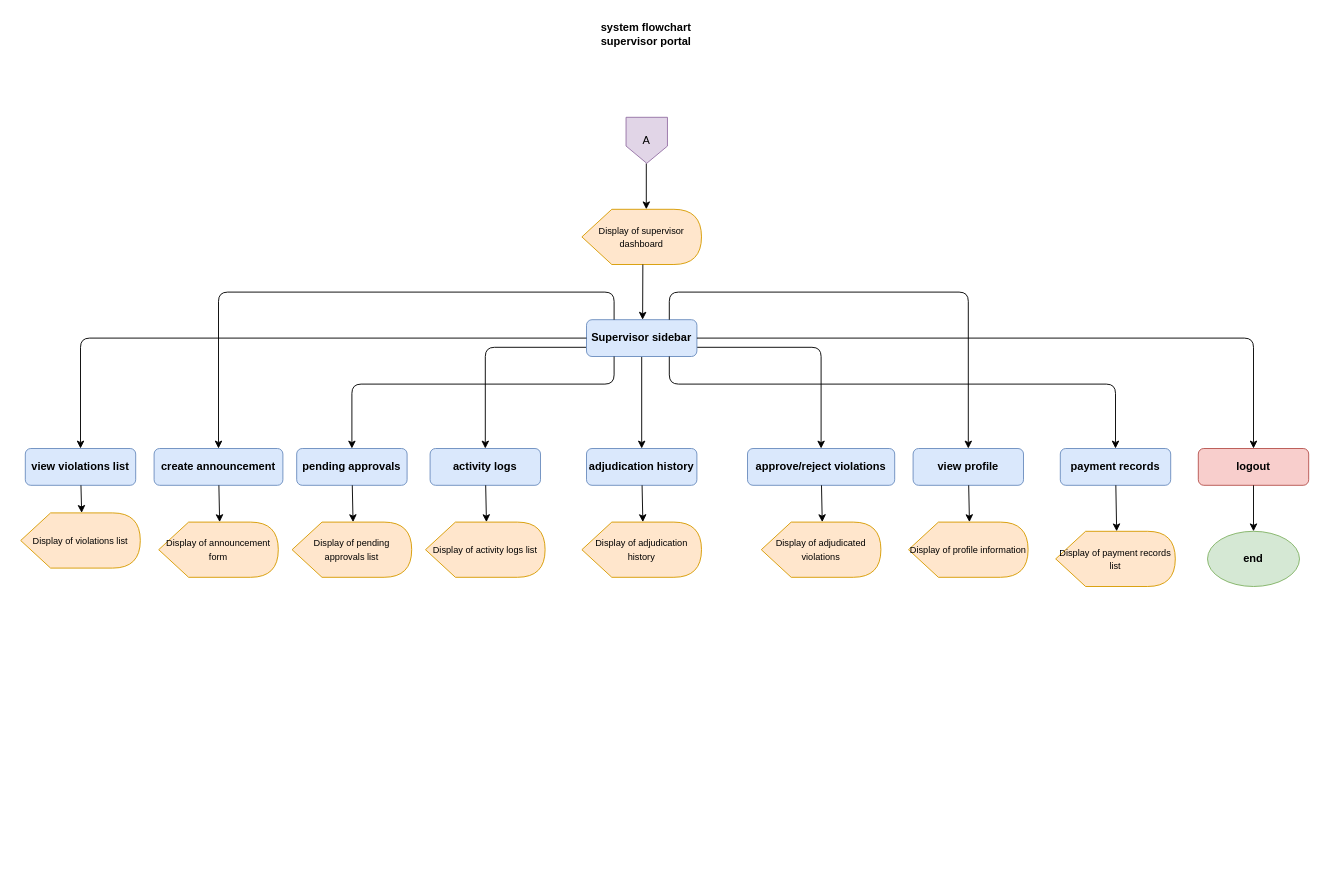
The draw.io diagram page "Supervisor Portal Flow" (1 of 2) of supervisor_portal_flowchart.drawio in PotatoLover169/CTTMO-Traffic-violation-Management-System, before the edit. Source tidied: cells renumbered, new cells numbered last; positions are measured from the earlier drawing's top-left corner, leaving out a move shared by most shapes. Both pictures are drawn from the tidied source at 92%, with x=0, y=0 at pixel (20, 16).
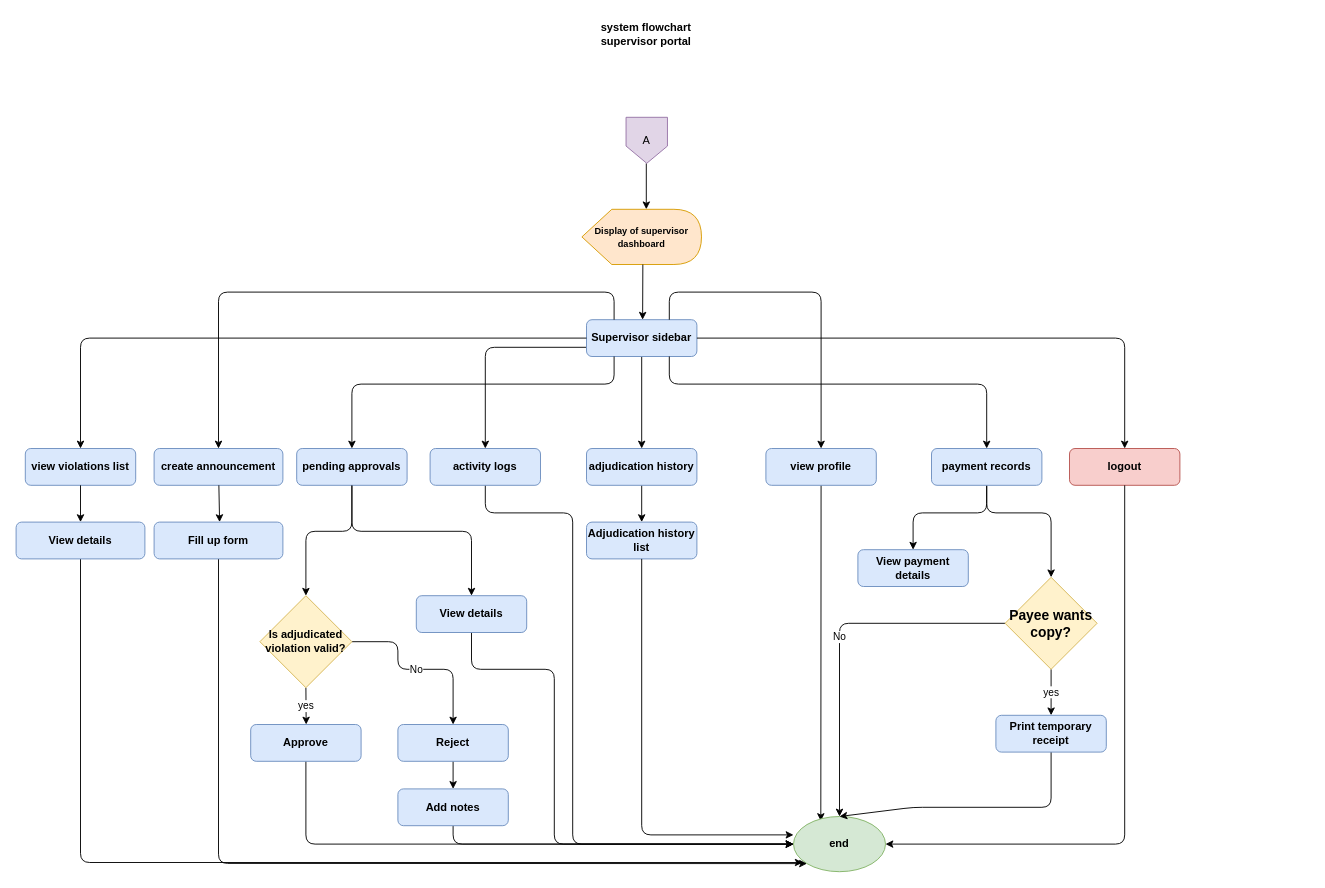
After the change.

The change refers to these unchanged cells:
```xml
<mxCell id="9" value="Supervisor sidebar" style="rounded=1;whiteSpace=wrap;html=1;fillColor=#dae8fc;strokeColor=#6c8ebf;fontStyle=1;" parent="1" vertex="1">
  <mxGeometry x="615" y="330" width="120" height="40" as="geometry" />
</mxCell>
<mxCell id="11" value="pending approvals" style="rounded=1;whiteSpace=wrap;html=1;fillColor=#dae8fc;strokeColor=#6c8ebf;fontStyle=1;" parent="1" vertex="1">
  <mxGeometry x="300" y="470" width="120" height="40" as="geometry" />
</mxCell>
<mxCell id="16" value="view violations list" style="rounded=1;whiteSpace=wrap;html=1;fillColor=#dae8fc;strokeColor=#6c8ebf;fontStyle=1;" parent="1" vertex="1">
  <mxGeometry x="5" y="470" width="120" height="40" as="geometry" />
</mxCell>
<mxCell id="18" value="create announcement" style="rounded=1;whiteSpace=wrap;html=1;fillColor=#dae8fc;strokeColor=#6c8ebf;fontStyle=1;" parent="1" vertex="1">
  <mxGeometry x="145" y="470" width="140" height="40" as="geometry" />
</mxCell>
<mxCell id="20" value="activity logs" style="rounded=1;whiteSpace=wrap;html=1;fillColor=#dae8fc;strokeColor=#6c8ebf;fontStyle=1;" parent="1" vertex="1">
  <mxGeometry x="445" y="470" width="120" height="40" as="geometry" />
</mxCell>
<mxCell id="23" value="adjudication history" style="rounded=1;whiteSpace=wrap;html=1;fillColor=#dae8fc;strokeColor=#6c8ebf;fontStyle=1;" parent="1" vertex="1">
  <mxGeometry x="615" y="470" width="120" height="40" as="geometry" />
</mxCell>
```

What changed in the source:
```diff
@@
-    <mxCell id="4" value="&lt;span style=&quot;font-size: 10px;&quot;&gt;Display of supervisor dashboard&lt;/span&gt;" style="shape=display;whiteSpace=wrap;html=1;fillColor=#ffe6cc;strokeColor=#d79b00;" parent="1" vertex="1">
+    <mxCell id="4" value="&lt;span style=&quot;font-size: 10px;&quot;&gt;&lt;b&gt;Display of supervisor dashboard&lt;/b&gt;&lt;/span&gt;" style="shape=display;whiteSpace=wrap;html=1;fillColor=#ffe6cc;strokeColor=#d79b00;" parent="1" vertex="1">
       <mxGeometry x="610" y="210" width="130" height="60" as="geometry" />
     </mxCell>
@@
-    <mxCell id="6" style="edgeStyle=none;html=1;exitX=1;exitY=0.75;exitDx=0;exitDy=0;entryX=0.5;entryY=0;entryDx=0;entryDy=0;" parent="1" edge="1" source="9" target="13">
-      <mxGeometry relative="1" as="geometry">
-        <Array as="points">
-          <mxPoint x="870" y="360" />
-        </Array>
-      </mxGeometry>
-    </mxCell>
@@
     <mxCell id="10" style="edgeStyle=none;html=1;entryX=0.5;entryY=0;entryDx=0;entryDy=0;" parent="1" edge="1" source="9" target="24">
       <mxGeometry relative="1" as="geometry">
         <Array as="points">
-          <mxPoint x="1340" y="350" />
+          <mxPoint x="1200" y="350" />
         </Array>
       </mxGeometry>
     </mxCell>
+    <mxCell id="44" style="edgeStyle=none;html=1;" parent="1" edge="1" source="11">
+      <mxGeometry relative="1" as="geometry">
+        <mxPoint x="310" y="630" as="targetPoint" />
+        <Array as="points">
+          <mxPoint x="360" y="560" />
+          <mxPoint x="310" y="560" />
+        </Array>
+      </mxGeometry>
+    </mxCell>
@@
-    <mxCell id="13" value="approve/reject violations" style="rounded=1;whiteSpace=wrap;html=1;fillColor=#dae8fc;strokeColor=#6c8ebf;fontStyle=1;" parent="1" vertex="1">
-      <mxGeometry x="790" y="470" width="160" height="40" as="geometry" />
-    </mxCell>
+    <mxCell id="45" style="edgeStyle=none;html=1;" parent="1" edge="1" source="14">
+      <mxGeometry relative="1" as="geometry">
+        <mxPoint x="970" y="580" as="targetPoint" />
+        <Array as="points">
+          <mxPoint x="1050" y="540" />
+          <mxPoint x="970" y="540" />
+        </Array>
+      </mxGeometry>
+    </mxCell>
+    <mxCell id="46" style="edgeStyle=none;html=1;entryX=0.5;entryY=0;entryDx=0;entryDy=0;" parent="1" edge="1" source="14" target="54">
+      <mxGeometry relative="1" as="geometry">
+        <Array as="points">
+          <mxPoint x="1050" y="540" />
+          <mxPoint x="1120" y="540" />
+        </Array>
+      </mxGeometry>
+    </mxCell>
     <mxCell id="14" value="payment records" style="rounded=1;whiteSpace=wrap;html=1;fillColor=#dae8fc;strokeColor=#6c8ebf;fontStyle=1;" parent="1" vertex="1">
-      <mxGeometry x="1130" y="470" width="120" height="40" as="geometry" />
+      <mxGeometry x="990" y="470" width="120" height="40" as="geometry" />
     </mxCell>
     <mxCell id="15" style="edgeStyle=none;html=1;entryX=0.5;entryY=0;entryDx=0;entryDy=0;exitX=0.75;exitY=1;exitDx=0;exitDy=0;" parent="1" edge="1" source="9" target="14">
       <mxGeometry relative="1" as="geometry">
         <Array as="points">
           <mxPoint x="705" y="400" />
-          <mxPoint x="1190" y="400" />
+          <mxPoint x="1050" y="400" />
         </Array>
       </mxGeometry>
     </mxCell>
@@
+    <mxCell id="47" style="edgeStyle=none;html=1;entryX=0;entryY=0.5;entryDx=0;entryDy=0;" parent="1" edge="1" source="20" target="25">
+      <mxGeometry relative="1" as="geometry">
+        <Array as="points">
+          <mxPoint x="505" y="540" />
+          <mxPoint x="600" y="540" />
+          <mxPoint x="600" y="900" />
+        </Array>
+      </mxGeometry>
+    </mxCell>
@@
+    <mxCell id="48" style="edgeStyle=none;html=1;entryX=0.297;entryY=0.082;entryDx=0;entryDy=0;entryPerimeter=0;" parent="1" edge="1" source="21" target="25">
+      <mxGeometry relative="1" as="geometry" />
+    </mxCell>
     <mxCell id="21" value="view profile" style="rounded=1;whiteSpace=wrap;html=1;fillColor=#dae8fc;strokeColor=#6c8ebf;fontStyle=1;" parent="1" vertex="1">
-      <mxGeometry x="970" y="470" width="120" height="40" as="geometry" />
+      <mxGeometry x="810" y="470" width="120" height="40" as="geometry" />
     </mxCell>
     <mxCell id="22" style="edgeStyle=none;html=1;entryX=0.5;entryY=0;entryDx=0;entryDy=0;exitX=0.75;exitY=0;exitDx=0;exitDy=0;" parent="1" edge="1" source="9" target="21">
       <mxGeometry relative="1" as="geometry">
         <Array as="points">
           <mxPoint x="705" y="300" />
-          <mxPoint x="1030" y="300" />
+          <mxPoint x="870" y="300" />
         </Array>
       </mxGeometry>
     </mxCell>
+    <mxCell id="49" style="edgeStyle=none;html=1;entryX=0.5;entryY=0;entryDx=0;entryDy=0;" parent="1" edge="1" source="23" target="50">
+      <mxGeometry relative="1" as="geometry" />
+    </mxCell>
@@
     <mxCell id="24" value="logout" style="rounded=1;whiteSpace=wrap;html=1;fillColor=#f8cecc;strokeColor=#b85450;fontStyle=1;" parent="1" vertex="1">
-      <mxGeometry x="1280" y="470" width="120" height="40" as="geometry" />
+      <mxGeometry x="1140" y="470" width="120" height="40" as="geometry" />
     </mxCell>
+    <mxCell id="26" style="edgeStyle=none;html=1;entryX=1;entryY=0.5;entryDx=0;entryDy=0;" parent="1" edge="1" source="24" target="25">
+      <mxGeometry relative="1" as="geometry">
+        <Array as="points">
+          <mxPoint x="1200" y="900" />
+        </Array>
+      </mxGeometry>
+    </mxCell>
+    <mxCell id="28" style="edgeStyle=none;html=1;" parent="1" edge="1" source="11">
+      <mxGeometry relative="1" as="geometry">
+        <mxPoint x="490" y="630" as="targetPoint" />
+        <Array as="points">
+          <mxPoint x="360" y="560" />
+          <mxPoint x="490" y="560" />
+        </Array>
+      </mxGeometry>
+    </mxCell>
+    <mxCell id="34" style="edgeStyle=none;html=1;entryX=0.5;entryY=0;entryDx=0;entryDy=0;" parent="1" edge="1" source="16" target="71">
+      <mxGeometry relative="1" as="geometry" />
+    </mxCell>
+    <mxCell id="36" style="edgeStyle=none;html=1;entryX=0;entryY=0;entryDx=66.25;entryDy=0;entryPerimeter=0;" parent="1" edge="1" source="18">
+      <mxGeometry relative="1" as="geometry">
+        <mxPoint x="216.2" y="550" as="targetPoint" />
+      </mxGeometry>
+    </mxCell>
+    <mxCell id="43" value="A" style="shape=offPageConnector;whiteSpace=wrap;html=1;fillColor=#e1d5e7;strokeColor=#9673a6;" parent="1" vertex="1">
+      <mxGeometry x="658" y="110" width="45" height="50" as="geometry" />
+    </mxCell>
+    <mxCell id="50" value="Adjudication history list" style="rounded=1;whiteSpace=wrap;html=1;fillColor=#dae8fc;strokeColor=#6c8ebf;fontStyle=1;" parent="1" vertex="1">
+      <mxGeometry x="615" y="550" width="120" height="40" as="geometry" />
+    </mxCell>
+    <mxCell id="51" value="View payment details" style="rounded=1;whiteSpace=wrap;html=1;fillColor=#dae8fc;strokeColor=#6c8ebf;fontStyle=1;" parent="1" vertex="1">
+      <mxGeometry x="910" y="580" width="120" height="40" as="geometry" />
+    </mxCell>
+    <mxCell id="52" value="yes" style="edgeStyle=none;html=1;entryX=0.5;entryY=0;entryDx=0;entryDy=0;" parent="1" edge="1" source="54" target="56">
+      <mxGeometry relative="1" as="geometry" />
+    </mxCell>
+    <mxCell id="53" value="No" style="edgeStyle=none;html=1;entryX=0.5;entryY=0;entryDx=0;entryDy=0;" parent="1" edge="1" source="54" target="25">
+      <mxGeometry relative="1" as="geometry">
+        <Array as="points">
+          <mxPoint x="890" y="660" />
+        </Array>
+      </mxGeometry>
+    </mxCell>
+    <mxCell id="54" value="&lt;font style=&quot;font-size: 15px;&quot;&gt;&lt;b&gt;Payee wants copy?&lt;/b&gt;&lt;/font&gt;" style="rhombus;whiteSpace=wrap;html=1;fillColor=#fff2cc;strokeColor=#d6b656;" parent="1" vertex="1">
+      <mxGeometry x="1070" y="610" width="100" height="100" as="geometry" />
+    </mxCell>
     <mxCell id="25" value="end" style="ellipse;whiteSpace=wrap;html=1;fillColor=#d5e8d4;strokeColor=#82b366;fontStyle=1;" parent="1" vertex="1">
-      <mxGeometry x="1290" y="560" width="100" height="60" as="geometry" />
+      <mxGeometry x="840" y="870" width="100" height="60" as="geometry" />
     </mxCell>
-    <mxCell id="26" style="edgeStyle=none;html=1;entryX=0.5;entryY=0;entryDx=0;entryDy=0;" parent="1" edge="1" source="24" target="25">
-      <mxGeometry relative="1" as="geometry" />
-    </mxCell>
-    <mxCell id="27" value="&lt;font style=&quot;font-size: 10px;&quot;&gt;Display of pending approvals list&lt;/font&gt;" style="shape=display;whiteSpace=wrap;html=1;fillColor=#ffe6cc;strokeColor=#d79b00;" parent="1" vertex="1">
-      <mxGeometry x="295" y="550" width="130" height="60" as="geometry" />
-    </mxCell>
-    <mxCell id="28" style="edgeStyle=none;html=1;entryX=0;entryY=0;entryDx=66.25;entryDy=0;entryPerimeter=0;" parent="1" edge="1" source="11" target="27">
-      <mxGeometry relative="1" as="geometry" />
-    </mxCell>
-    <mxCell id="29" value="&lt;font style=&quot;font-size: 10px;&quot;&gt;Display of adjudicated violations&lt;/font&gt;" style="shape=display;whiteSpace=wrap;html=1;fillColor=#ffe6cc;strokeColor=#d79b00;" parent="1" vertex="1">
-      <mxGeometry x="805" y="550" width="130" height="60" as="geometry" />
-    </mxCell>
-    <mxCell id="30" style="edgeStyle=none;html=1;entryX=0;entryY=0;entryDx=66.25;entryDy=0;entryPerimeter=0;" parent="1" edge="1" source="13" target="29">
-      <mxGeometry relative="1" as="geometry" />
-    </mxCell>
-    <mxCell id="31" value="&lt;font style=&quot;font-size: 10px;&quot;&gt;Display of payment records list&lt;/font&gt;" style="shape=display;whiteSpace=wrap;html=1;fillColor=#ffe6cc;strokeColor=#d79b00;" parent="1" vertex="1">
-      <mxGeometry x="1125" y="560" width="130" height="60" as="geometry" />
-    </mxCell>
-    <mxCell id="32" style="edgeStyle=none;html=1;entryX=0;entryY=0;entryDx=66.25;entryDy=0;entryPerimeter=0;" parent="1" edge="1" source="14" target="31">
-      <mxGeometry relative="1" as="geometry" />
-    </mxCell>
-    <mxCell id="33" value="&lt;font style=&quot;font-size: 10px;&quot;&gt;Display of violations list&lt;/font&gt;" style="shape=display;whiteSpace=wrap;html=1;fillColor=#ffe6cc;strokeColor=#d79b00;" parent="1" vertex="1">
-      <mxGeometry y="540" width="130" height="60" as="geometry" />
-    </mxCell>
-    <mxCell id="34" style="edgeStyle=none;html=1;entryX=0;entryY=0;entryDx=66.25;entryDy=0;entryPerimeter=0;" parent="1" edge="1" source="16" target="33">
-      <mxGeometry relative="1" as="geometry" />
-    </mxCell>
-    <mxCell id="35" value="&lt;font style=&quot;font-size: 10px;&quot;&gt;Display of announcement form&lt;/font&gt;" style="shape=display;whiteSpace=wrap;html=1;fillColor=#ffe6cc;strokeColor=#d79b00;" parent="1" vertex="1">
-      <mxGeometry x="150" y="550" width="130" height="60" as="geometry" />
-    </mxCell>
-    <mxCell id="36" style="edgeStyle=none;html=1;entryX=0;entryY=0;entryDx=66.25;entryDy=0;entryPerimeter=0;" parent="1" edge="1" source="18" target="35">
-      <mxGeometry relative="1" as="geometry" />
-    </mxCell>
-    <mxCell id="37" value="&lt;font style=&quot;font-size: 10px;&quot;&gt;Display of activity logs list&lt;/font&gt;" style="shape=display;whiteSpace=wrap;html=1;fillColor=#ffe6cc;strokeColor=#d79b00;" parent="1" vertex="1">
-      <mxGeometry x="440" y="550" width="130" height="60" as="geometry" />
-    </mxCell>
-    <mxCell id="38" style="edgeStyle=none;html=1;entryX=0;entryY=0;entryDx=66.25;entryDy=0;entryPerimeter=0;" parent="1" edge="1" source="20" target="37">
-      <mxGeometry relative="1" as="geometry" />
-    </mxCell>
-    <mxCell id="39" value="&lt;font style=&quot;font-size: 10px;&quot;&gt;Display of adjudication history&lt;/font&gt;" style="shape=display;whiteSpace=wrap;html=1;fillColor=#ffe6cc;strokeColor=#d79b00;" parent="1" vertex="1">
-      <mxGeometry x="610" y="550" width="130" height="60" as="geometry" />
-    </mxCell>
-    <mxCell id="40" style="edgeStyle=none;html=1;entryX=0;entryY=0;entryDx=66.25;entryDy=0;entryPerimeter=0;" parent="1" edge="1" source="23" target="39">
-      <mxGeometry relative="1" as="geometry" />
-    </mxCell>
-    <mxCell id="41" value="&lt;font style=&quot;font-size: 10px;&quot;&gt;Display of profile information&lt;/font&gt;" style="shape=display;whiteSpace=wrap;html=1;fillColor=#ffe6cc;strokeColor=#d79b00;" parent="1" vertex="1">
-      <mxGeometry x="965" y="550" width="130" height="60" as="geometry" />
-    </mxCell>
-    <mxCell id="42" style="edgeStyle=none;html=1;entryX=0;entryY=0;entryDx=66.25;entryDy=0;entryPerimeter=0;" parent="1" edge="1" source="21" target="41">
-      <mxGeometry relative="1" as="geometry" />
-    </mxCell>
-    <mxCell id="43" value="A" style="shape=offPageConnector;whiteSpace=wrap;html=1;fillColor=#e1d5e7;strokeColor=#9673a6;" parent="1" vertex="1">
-      <mxGeometry x="658" y="110" width="45" height="50" as="geometry" />
-    </mxCell>
+    <mxCell id="55" style="edgeStyle=none;html=1;entryX=0.5;entryY=0;entryDx=0;entryDy=0;" parent="1" edge="1" source="56" target="25">
+      <mxGeometry relative="1" as="geometry">
+        <Array as="points">
+          <mxPoint x="1120" y="860" />
+          <mxPoint x="970" y="860" />
+        </Array>
+      </mxGeometry>
+    </mxCell>
+    <mxCell id="56" value="Print temporary receipt" style="rounded=1;whiteSpace=wrap;html=1;fillColor=#dae8fc;strokeColor=#6c8ebf;fontStyle=1;" parent="1" vertex="1">
+      <mxGeometry x="1060" y="760" width="120" height="40" as="geometry" />
+    </mxCell>
+    <mxCell id="57" style="edgeStyle=none;html=1;entryX=0;entryY=0.5;entryDx=0;entryDy=0;" parent="1" edge="1" source="58" target="25">
+      <mxGeometry relative="1" as="geometry">
+        <Array as="points">
+          <mxPoint x="490" y="710" />
+          <mxPoint x="580" y="710" />
+          <mxPoint x="580" y="900" />
+        </Array>
+      </mxGeometry>
+    </mxCell>
+    <mxCell id="58" value="View details" style="rounded=1;whiteSpace=wrap;html=1;fillColor=#dae8fc;strokeColor=#6c8ebf;fontStyle=1;" parent="1" vertex="1">
+      <mxGeometry x="430" y="630" width="120" height="40" as="geometry" />
+    </mxCell>
+    <mxCell id="59" style="edgeStyle=none;html=1;entryX=0;entryY=1;entryDx=0;entryDy=0;" parent="1" edge="1" source="60" target="25">
+      <mxGeometry relative="1" as="geometry">
+        <Array as="points">
+          <mxPoint x="215" y="921" />
+        </Array>
+      </mxGeometry>
+    </mxCell>
+    <mxCell id="60" value="Fill up form" style="rounded=1;whiteSpace=wrap;html=1;fillColor=#dae8fc;strokeColor=#6c8ebf;fontStyle=1;" parent="1" vertex="1">
+      <mxGeometry x="145" y="550" width="140" height="40" as="geometry" />
+    </mxCell>
+    <mxCell id="61" value="yes" style="edgeStyle=none;html=1;exitX=0.5;exitY=1;exitDx=0;exitDy=0;" parent="1" edge="1" source="63">
+      <mxGeometry relative="1" as="geometry">
+        <mxPoint x="310.3" y="770" as="targetPoint" />
+      </mxGeometry>
+    </mxCell>
+    <mxCell id="62" value="No" style="edgeStyle=none;html=1;" parent="1" edge="1" source="63">
+      <mxGeometry relative="1" as="geometry">
+        <mxPoint x="470" y="770" as="targetPoint" />
+        <Array as="points">
+          <mxPoint x="410" y="680" />
+          <mxPoint x="410" y="710" />
+          <mxPoint x="470" y="710" />
+        </Array>
+      </mxGeometry>
+    </mxCell>
+    <mxCell id="63" value="&lt;b&gt;Is adjudicated violation valid?&lt;/b&gt;" style="rhombus;whiteSpace=wrap;html=1;fillColor=#fff2cc;strokeColor=#d6b656;" parent="1" vertex="1">
+      <mxGeometry x="260" y="630" width="100" height="100" as="geometry" />
+    </mxCell>
+    <mxCell id="64" style="edgeStyle=none;html=1;entryX=0;entryY=0.5;entryDx=0;entryDy=0;" parent="1" edge="1" source="65" target="25">
+      <mxGeometry relative="1" as="geometry">
+        <Array as="points">
+          <mxPoint x="310" y="900" />
+        </Array>
+      </mxGeometry>
+    </mxCell>
+    <mxCell id="65" value="Approve" style="rounded=1;whiteSpace=wrap;html=1;fillColor=#dae8fc;strokeColor=#6c8ebf;fontStyle=1;" parent="1" vertex="1">
+      <mxGeometry x="250" y="770" width="120" height="40" as="geometry" />
+    </mxCell>
+    <mxCell id="66" style="edgeStyle=none;html=1;" parent="1" edge="1" source="67">
+      <mxGeometry relative="1" as="geometry">
+        <mxPoint x="470" y="840" as="targetPoint" />
+      </mxGeometry>
+    </mxCell>
+    <mxCell id="67" value="Reject" style="rounded=1;whiteSpace=wrap;html=1;fillColor=#dae8fc;strokeColor=#6c8ebf;fontStyle=1;" parent="1" vertex="1">
+      <mxGeometry x="410" y="770" width="120" height="40" as="geometry" />
+    </mxCell>
+    <mxCell id="68" style="edgeStyle=none;html=1;entryX=0;entryY=0.5;entryDx=0;entryDy=0;" parent="1" edge="1" source="69" target="25">
+      <mxGeometry relative="1" as="geometry">
+        <Array as="points">
+          <mxPoint x="470" y="900" />
+        </Array>
+      </mxGeometry>
+    </mxCell>
+    <mxCell id="69" value="Add notes" style="rounded=1;whiteSpace=wrap;html=1;fillColor=#dae8fc;strokeColor=#6c8ebf;fontStyle=1;" parent="1" vertex="1">
+      <mxGeometry x="410" y="840" width="120" height="40" as="geometry" />
+    </mxCell>
+    <mxCell id="70" style="edgeStyle=none;html=1;" parent="1" edge="1" source="71">
+      <mxGeometry relative="1" as="geometry">
+        <mxPoint x="850" y="920" as="targetPoint" />
+        <Array as="points">
+          <mxPoint x="65" y="920" />
+        </Array>
+      </mxGeometry>
+    </mxCell>
+    <mxCell id="71" value="View details" style="rounded=1;whiteSpace=wrap;html=1;fillColor=#dae8fc;strokeColor=#6c8ebf;fontStyle=1;" parent="1" vertex="1">
+      <mxGeometry x="-5" y="550" width="140" height="40" as="geometry" />
+    </mxCell>
+    <mxCell id="72" style="edgeStyle=none;html=1;entryX=0;entryY=0.333;entryDx=0;entryDy=0;entryPerimeter=0;" parent="1" edge="1" source="50" target="25">
+      <mxGeometry relative="1" as="geometry">
+        <Array as="points">
+          <mxPoint x="675" y="890" />
+        </Array>
+      </mxGeometry>
+    </mxCell>
```
